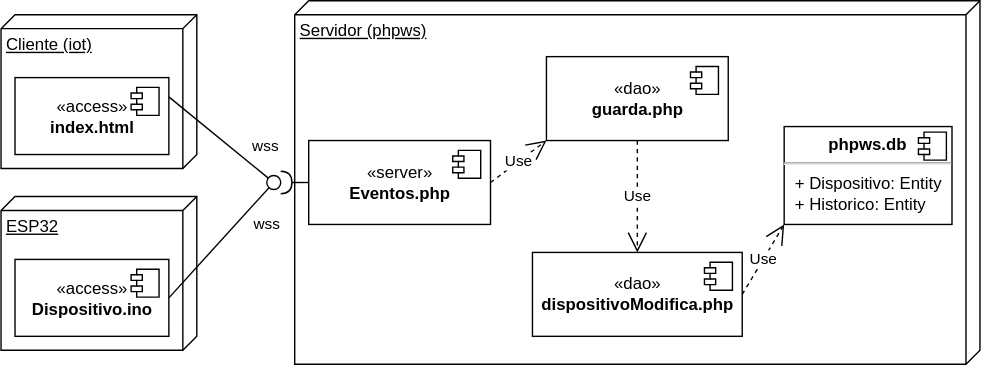
The draw.io diagram img/m05iot/iotdistribucion.drawio.svg in gilpgdm/gilpgdm.github.io, before a commit. Source tidied: cells renumbered, new cells last; positions are measured from the earlier drawing's top-left corner, leaving out a move shared by most shapes.
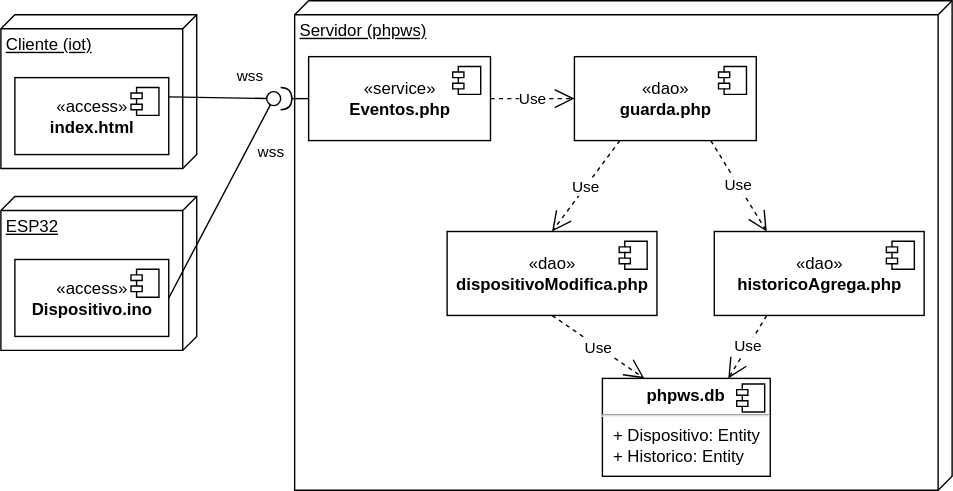
Later version of the same file.

Change to the diagram source:
```diff
@@ -14,10 +14,10 @@
       </mxGeometry>
     </mxCell>
     <mxCell id="5" value="Servidor (phpws)" style="verticalAlign=top;align=left;spacingTop=8;spacingLeft=2;spacingRight=12;shape=cube;size=10;direction=south;fontStyle=4;html=1;" parent="1" vertex="1">
-      <mxGeometry x="210" width="490" height="260" as="geometry" />
+      <mxGeometry x="210" width="470" height="350" as="geometry" />
     </mxCell>
-    <mxCell id="6" value="«server»&lt;br&gt;&lt;b&gt;Eventos.php&lt;/b&gt;" style="html=1;" parent="1" vertex="1">
-      <mxGeometry x="220" y="100" width="130" height="60" as="geometry" />
+    <mxCell id="6" value="«service»&lt;br&gt;&lt;b&gt;Eventos.php&lt;/b&gt;" style="html=1;" parent="1" vertex="1">
+      <mxGeometry x="220" y="40" width="130" height="60" as="geometry" />
     </mxCell>
     <mxCell id="7" style="shape=module;jettyWidth=8;jettyHeight=4;" parent="6" vertex="1">
       <mxGeometry x="1" width="20" height="20" relative="1" as="geometry">
@@ -25,7 +25,7 @@
       </mxGeometry>
     </mxCell>
     <mxCell id="8" value="«dao»&lt;br&gt;&lt;b&gt;guarda.php&lt;/b&gt;" style="html=1;" parent="1" vertex="1">
-      <mxGeometry x="390" y="40" width="130" height="60" as="geometry" />
+      <mxGeometry x="410" y="40" width="130" height="60" as="geometry" />
     </mxCell>
     <mxCell id="9" style="shape=module;jettyWidth=8;jettyHeight=4;" parent="8" vertex="1">
       <mxGeometry x="1" width="20" height="20" relative="1" as="geometry">
@@ -33,7 +33,7 @@
       </mxGeometry>
     </mxCell>
     <mxCell id="10" value="«dao»&lt;br&gt;&lt;b&gt;dispositivoModifica.php&lt;/b&gt;" style="html=1;" parent="1" vertex="1">
-      <mxGeometry x="380" y="180" width="150" height="60" as="geometry" />
+      <mxGeometry x="319" y="165" width="150" height="60" as="geometry" />
     </mxCell>
     <mxCell id="11" style="shape=module;jettyWidth=8;jettyHeight=4;" parent="10" vertex="1">
       <mxGeometry x="1" width="20" height="20" relative="1" as="geometry">
@@ -47,19 +47,19 @@
       <mxGeometry relative="1" as="geometry" />
     </mxCell>
     <mxCell id="14" style="ellipse;whiteSpace=wrap;html=1;align=center;points=[];outlineConnect=0;sketch=0;" parent="1" vertex="1">
-      <mxGeometry x="190" y="125" width="10" height="10" as="geometry" />
+      <mxGeometry x="190" y="65" width="10" height="10" as="geometry" />
     </mxCell>
-    <mxCell id="15" value="Use" style="endArrow=open;endSize=12;dashed=1;html=1;rounded=0;entryX=0;entryY=1;entryDx=0;entryDy=0;exitX=1;exitY=0.5;exitDx=0;exitDy=0;" parent="1" edge="1" source="6" target="8">
+    <mxCell id="15" value="Use" style="endArrow=open;endSize=12;dashed=1;html=1;rounded=0;entryX=0;entryY=0.5;entryDx=0;entryDy=0;exitX=1;exitY=0.5;exitDx=0;exitDy=0;" parent="1" edge="1" source="6" target="8">
       <mxGeometry relative="1" as="geometry" />
     </mxCell>
-    <mxCell id="16" value="Use" style="endArrow=open;endSize=12;dashed=1;html=1;rounded=0;entryX=0.5;entryY=0;entryDx=0;entryDy=0;exitX=0.5;exitY=1;exitDx=0;exitDy=0;" parent="1" edge="1" source="8" target="10">
+    <mxCell id="16" value="Use" style="endArrow=open;endSize=12;dashed=1;html=1;rounded=0;entryX=0.5;entryY=0;entryDx=0;entryDy=0;exitX=0.25;exitY=1;exitDx=0;exitDy=0;" parent="1" edge="1" source="8" target="10">
       <mxGeometry relative="1" as="geometry" />
     </mxCell>
-    <mxCell id="17" value="Use" style="endArrow=open;endSize=12;dashed=1;html=1;rounded=0;entryX=0;entryY=1;entryDx=0;entryDy=0;exitX=1;exitY=0.5;exitDx=0;exitDy=0;" parent="1" edge="1" source="10" target="18">
+    <mxCell id="17" value="Use" style="endArrow=open;endSize=12;dashed=1;html=1;rounded=0;entryX=0.25;entryY=0;entryDx=0;entryDy=0;exitX=0.5;exitY=1;exitDx=0;exitDy=0;" parent="1" edge="1" source="10" target="18">
       <mxGeometry relative="1" as="geometry" />
     </mxCell>
     <mxCell id="18" value="&lt;p style=&quot;margin:0px;margin-top:6px;text-align:center;&quot;&gt;&lt;b&gt;phpws.db&lt;/b&gt;&lt;/p&gt;&lt;hr&gt;&lt;p style=&quot;margin:0px;margin-left:8px;&quot;&gt;+ Dispositivo: Entity&lt;/p&gt;&lt;p style=&quot;margin:0px;margin-left:8px;&quot;&gt;+ Historico: Entity&lt;/p&gt;" style="align=left;overflow=fill;html=1;" parent="1" vertex="1">
-      <mxGeometry x="560" y="90" width="120" height="70" as="geometry" />
+      <mxGeometry x="430" y="270" width="120" height="70" as="geometry" />
     </mxCell>
     <mxCell id="19" style="shape=component;jettyWidth=8;jettyHeight=4;" parent="18" vertex="1">
       <mxGeometry x="1" width="20" height="20" relative="1" as="geometry">
@@ -80,5 +80,19 @@
     <mxCell id="23" value="wss" style="endArrow=none;html=1;rounded=0;exitX=1;exitY=0.5;exitDx=0;exitDy=0;" parent="1" edge="1" source="21" target="14">
       <mxGeometry x="0.61" y="-16" relative="1" as="geometry" />
     </mxCell>
+    <mxCell id="24" value="«dao»&lt;br&gt;&lt;b&gt;historicoAgrega.php&lt;/b&gt;" style="html=1;" parent="1" vertex="1">
+      <mxGeometry x="510" y="165" width="150" height="60" as="geometry" />
+    </mxCell>
+    <mxCell id="25" style="shape=module;jettyWidth=8;jettyHeight=4;" parent="24" vertex="1">
+      <mxGeometry x="1" width="20" height="20" relative="1" as="geometry">
+        <mxPoint x="-27" y="7" as="offset" />
+      </mxGeometry>
+    </mxCell>
+    <mxCell id="26" value="Use" style="endArrow=open;endSize=12;dashed=1;html=1;rounded=0;entryX=0.25;entryY=0;entryDx=0;entryDy=0;exitX=0.75;exitY=1;exitDx=0;exitDy=0;" parent="1" edge="1" source="8" target="24">
+      <mxGeometry relative="1" as="geometry" />
+    </mxCell>
+    <mxCell id="27" value="Use" style="endArrow=open;endSize=12;dashed=1;html=1;rounded=0;entryX=0.75;entryY=0;entryDx=0;entryDy=0;exitX=0.25;exitY=1;exitDx=0;exitDy=0;" parent="1" edge="1" source="24" target="18">
+      <mxGeometry relative="1" as="geometry" />
+    </mxCell>
   </root>
 </mxGraphModel>
```
